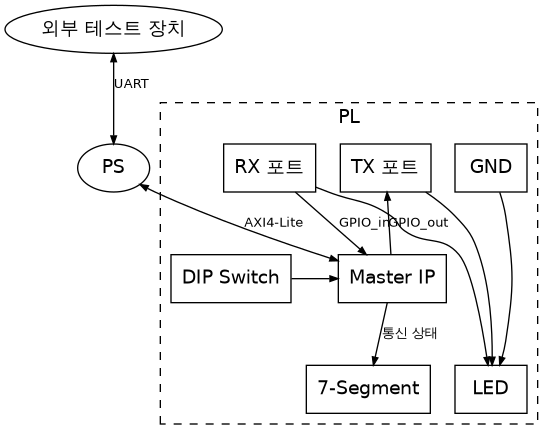
Woodong02/SoC_Design_and_Programming keeps this Graphviz diagram as diagrams/level2_board.png. Above is the earlier version. Its source is kept beside it as diagrams/level2_board.dot. The source it was exported from:
```dot
digraph G {
    rankdir=TB;
    fontname="Noto Sans CJK KR";
    node [shape=box, fontname="Noto Sans CJK KR", fontsize=14, color=black];
    edge [fontname="Noto Sans CJK KR", fontsize=10, color=black, arrowsize=0.6];

    EXT [label="외부 테스트 장치", shape=ellipse];
    PS  [label="PS", shape=ellipse];

    subgraph cluster_pl {
        label="PL";
        style=dashed;
        fontname="Noto Sans CJK KR";

        GND [label="GND"];
        TXP [label="TX 포트"];
        RXP [label="RX 포트"];
        LED [label="LED"];
        DIP [label="DIP Switch"];
        MASTER [label="Master IP"];
        SEG [label="7-Segment"];

        { rank=same; GND; TXP; RXP; }
        { rank=same; DIP; MASTER; }
        { rank=same; LED; SEG; }
    }

    EXT -> PS [label="UART", dir=both];
    PS  -> MASTER [label="AXI4-Lite", dir=both];

    GND -> LED;
    TXP -> LED;
    RXP -> LED;

    MASTER -> TXP [label="GPIO_out"];
    RXP -> MASTER [label="GPIO_in"];
    DIP -> MASTER;
    MASTER -> SEG [label="통신 상태"];
}
```
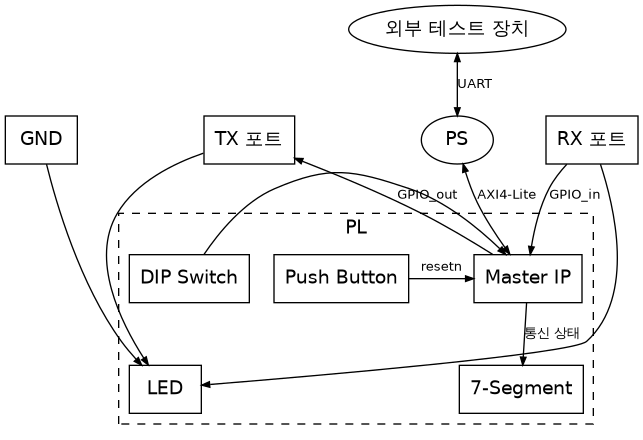
After the commit.

Commit message:
Move GND/TX/RX pins outside PL boundary, add Push Button (resetn)

What changed in the source:
```diff
@@ -6,22 +6,24 @@
 
     EXT [label="외부 테스트 장치", shape=ellipse];
     PS  [label="PS", shape=ellipse];
+    GND [label="GND"];
+    TXP [label="TX 포트"];
+    RXP [label="RX 포트"];
+
+    { rank=same; PS; GND; TXP; RXP; }
 
     subgraph cluster_pl {
         label="PL";
         style=dashed;
         fontname="Noto Sans CJK KR";
 
-        GND [label="GND"];
-        TXP [label="TX 포트"];
-        RXP [label="RX 포트"];
         LED [label="LED"];
         DIP [label="DIP Switch"];
+        PB  [label="Push Button"];
         MASTER [label="Master IP"];
         SEG [label="7-Segment"];
 
-        { rank=same; GND; TXP; RXP; }
-        { rank=same; DIP; MASTER; }
+        { rank=same; DIP; MASTER; PB; }
         { rank=same; LED; SEG; }
     }
 
@@ -35,5 +37,6 @@
     MASTER -> TXP [label="GPIO_out"];
     RXP -> MASTER [label="GPIO_in"];
     DIP -> MASTER;
+    PB  -> MASTER [label="resetn"];
     MASTER -> SEG [label="통신 상태"];
 }
```
